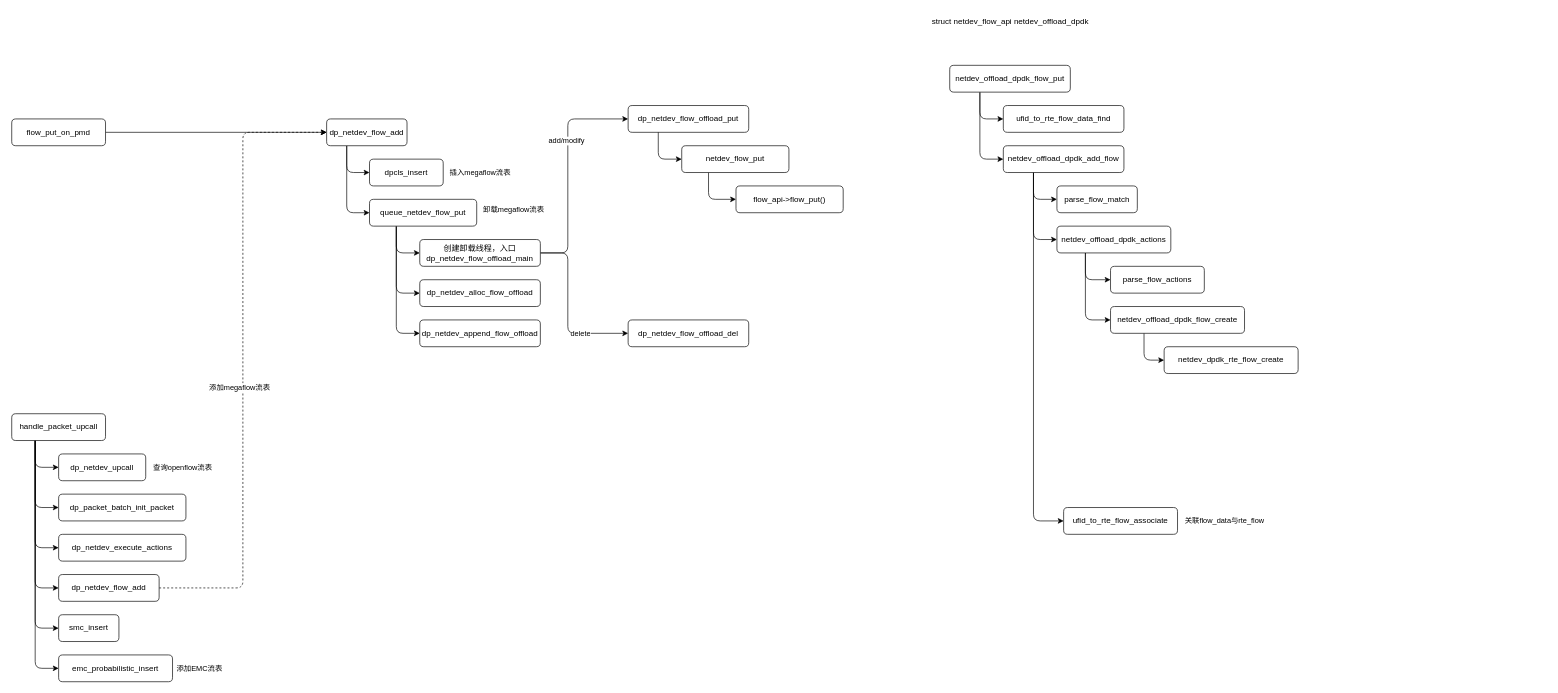
Earlier version of the draw.io diagram page "流表卸载" (3 of 4) of ovs.drawio (Aspiresky/draw.io). Source tidied: cells renumbered, new cells numbered last; positions are measured from the earlier drawing's top-left corner, leaving out a move shared by most shapes. Both pictures are drawn from the tidied source at 67%, with x=0, y=0 at pixel (11, 11).
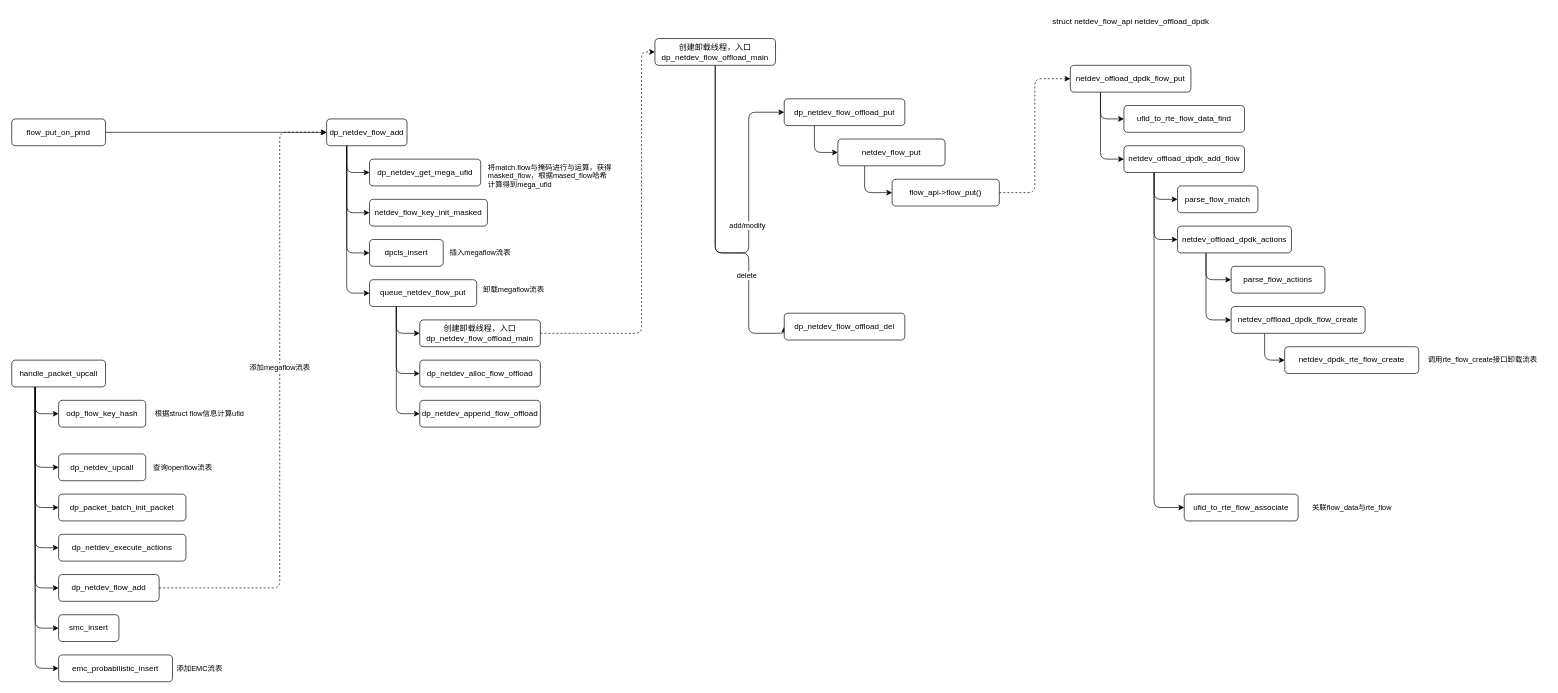
The same diagram, later.

The change refers to these unchanged cells:
```xml
<mxCell id="16" value="dp_netdev_flow_add" style="rounded=1;whiteSpace=wrap;html=1;" parent="1" vertex="1">
  <mxGeometry x="470" y="160" width="120" height="40" as="geometry" />
</mxCell>
<mxCell id="28" value="dp_netdev_flow_add" style="rounded=1;whiteSpace=wrap;html=1;" parent="1" vertex="1">
  <mxGeometry x="70" y="840" width="150" height="40" as="geometry" />
</mxCell>
```

Change to the diagram source:
```diff
@@
     <mxCell id="2" value="struct netdev_flow_api netdev_offload_dpdk" style="text;html=1;align=center;verticalAlign=middle;strokeColor=none;fillColor=none;" parent="1" vertex="1">
-      <mxGeometry x="1360" width="260" height="30" as="geometry" />
+      <mxGeometry x="1540" width="260" height="30" as="geometry" />
     </mxCell>
@@
     <mxCell id="5" style="edgeStyle=orthogonalEdgeStyle;shape=connector;curved=0;rounded=1;jettySize=auto;html=1;exitX=1;exitY=0.5;exitDx=0;exitDy=0;entryX=0;entryY=0.5;entryDx=0;entryDy=0;labelBackgroundColor=default;strokeColor=default;align=center;verticalAlign=middle;fontFamily=Helvetica;fontSize=11;fontColor=default;endArrow=classic;dashed=1;" parent="1" edge="1" source="28" target="16">
-      <mxGeometry relative="1" as="geometry" />
+      <mxGeometry relative="1" as="geometry">
+        <Array as="points">
+          <mxPoint x="400" y="860" />
+          <mxPoint x="400" y="180" />
+        </Array>
+      </mxGeometry>
     </mxCell>
     <mxCell id="6" value="添加megaflow流表" style="edgeLabel;html=1;align=center;verticalAlign=middle;fontSize=11;fontFamily=Helvetica;fontColor=default;" parent="5" vertex="1">
       <mxGeometry x="-0.93" y="-2" relative="1" as="geometry">
-        <mxPoint x="86" y="-302" as="offset" />
+        <mxPoint x="146" y="-332" as="offset" />
       </mxGeometry>
     </mxCell>
@@
+    <mxCell id="63" style="edgeStyle=orthogonalEdgeStyle;shape=connector;curved=0;rounded=1;jettySize=auto;html=1;exitX=0.25;exitY=1;exitDx=0;exitDy=0;entryX=0;entryY=0.5;entryDx=0;entryDy=0;labelBackgroundColor=default;strokeColor=default;align=center;verticalAlign=middle;fontFamily=Helvetica;fontSize=11;fontColor=default;endArrow=classic;" parent="1" edge="1" source="13" target="73">
+      <mxGeometry relative="1" as="geometry" />
+    </mxCell>
     <mxCell id="13" value="handle_packet_upcall" style="rounded=1;whiteSpace=wrap;html=1;" parent="1" vertex="1">
-      <mxGeometry y="600" width="140" height="40" as="geometry" />
+      <mxGeometry y="520" width="140" height="40" as="geometry" />
     </mxCell>
@@
+    <mxCell id="64" style="edgeStyle=orthogonalEdgeStyle;shape=connector;curved=0;rounded=1;jettySize=auto;html=1;exitX=0.25;exitY=1;exitDx=0;exitDy=0;entryX=0;entryY=0.5;entryDx=0;entryDy=0;labelBackgroundColor=default;strokeColor=default;align=center;verticalAlign=middle;fontFamily=Helvetica;fontSize=11;fontColor=default;endArrow=classic;" parent="1" edge="1" source="16" target="70">
+      <mxGeometry relative="1" as="geometry" />
+    </mxCell>
+    <mxCell id="65" style="edgeStyle=orthogonalEdgeStyle;shape=connector;curved=0;rounded=1;jettySize=auto;html=1;exitX=0.25;exitY=1;exitDx=0;exitDy=0;entryX=0;entryY=0.5;entryDx=0;entryDy=0;labelBackgroundColor=default;strokeColor=default;align=center;verticalAlign=middle;fontFamily=Helvetica;fontSize=11;fontColor=default;endArrow=classic;" parent="1" edge="1" source="16" target="72">
+      <mxGeometry relative="1" as="geometry" />
+    </mxCell>
@@
     <mxCell id="17" value="dpcls_insert" style="rounded=1;whiteSpace=wrap;html=1;" parent="1" vertex="1">
-      <mxGeometry x="534" y="220" width="110" height="40" as="geometry" />
+      <mxGeometry x="534" y="340" width="110" height="40" as="geometry" />
     </mxCell>
     <mxCell id="18" value="插入megaflow流表" style="text;html=1;align=center;verticalAlign=middle;strokeColor=none;fillColor=none;fontSize=11;fontFamily=Helvetica;fontColor=default;" parent="1" vertex="1">
-      <mxGeometry x="644" y="225" width="110" height="30" as="geometry" />
+      <mxGeometry x="644" y="345" width="110" height="30" as="geometry" />
     </mxCell>
@@
     <mxCell id="22" value="queue_netdev_flow_put" style="rounded=1;whiteSpace=wrap;html=1;" parent="1" vertex="1">
-      <mxGeometry x="534" y="280" width="160" height="40" as="geometry" />
+      <mxGeometry x="534" y="400" width="160" height="40" as="geometry" />
     </mxCell>
     <mxCell id="23" value="dp_netdev_alloc_flow_offload" style="rounded=1;whiteSpace=wrap;html=1;" parent="1" vertex="1">
-      <mxGeometry x="609" y="400" width="180" height="40" as="geometry" />
+      <mxGeometry x="609" y="520" width="180" height="40" as="geometry" />
     </mxCell>
     <mxCell id="24" value="dp_netdev_append_flow_offload" style="rounded=1;whiteSpace=wrap;html=1;" parent="1" vertex="1">
-      <mxGeometry x="609" y="460" width="180" height="40" as="geometry" />
+      <mxGeometry x="609" y="580" width="180" height="40" as="geometry" />
     </mxCell>
@@
     <mxCell id="33" value="卸载megaflow流表" style="text;html=1;align=center;verticalAlign=middle;strokeColor=none;fillColor=none;fontSize=11;fontFamily=Helvetica;fontColor=default;" parent="1" vertex="1">
-      <mxGeometry x="694" y="280" width="110" height="30" as="geometry" />
+      <mxGeometry x="694" y="400" width="110" height="30" as="geometry" />
     </mxCell>
-    <mxCell id="34" style="edgeStyle=orthogonalEdgeStyle;shape=connector;curved=0;rounded=1;jettySize=auto;html=1;exitX=1;exitY=0.5;exitDx=0;exitDy=0;labelBackgroundColor=default;strokeColor=default;align=center;verticalAlign=middle;fontFamily=Helvetica;fontSize=11;fontColor=default;endArrow=classic;entryX=0;entryY=0.5;entryDx=0;entryDy=0;" parent="1" edge="1" source="38" target="39">
+    <mxCell id="34" style="edgeStyle=orthogonalEdgeStyle;shape=connector;curved=0;rounded=1;jettySize=auto;html=1;exitX=0.5;exitY=1;exitDx=0;exitDy=0;labelBackgroundColor=default;strokeColor=default;align=center;verticalAlign=middle;fontFamily=Helvetica;fontSize=11;fontColor=default;endArrow=classic;entryX=0;entryY=0.5;entryDx=0;entryDy=0;" parent="1" edge="1" source="69" target="39">
       <mxGeometry relative="1" as="geometry">
         <Array as="points">
-          <mxPoint x="830" y="360" />
-          <mxPoint x="830" y="160" />
+          <mxPoint x="1050" y="360" />
+          <mxPoint x="1100" y="360" />
+          <mxPoint x="1100" y="150" />
         </Array>
       </mxGeometry>
     </mxCell>
@@
-    <mxCell id="36" style="edgeStyle=orthogonalEdgeStyle;shape=connector;curved=0;rounded=1;jettySize=auto;html=1;exitX=1;exitY=0.5;exitDx=0;exitDy=0;entryX=0;entryY=0.5;entryDx=0;entryDy=0;labelBackgroundColor=default;strokeColor=default;align=center;verticalAlign=middle;fontFamily=Helvetica;fontSize=11;fontColor=default;endArrow=classic;" parent="1" edge="1" source="38" target="40">
+    <mxCell id="36" style="edgeStyle=orthogonalEdgeStyle;shape=connector;curved=0;rounded=1;jettySize=auto;html=1;exitX=0.5;exitY=1;exitDx=0;exitDy=0;entryX=0;entryY=0.5;entryDx=0;entryDy=0;labelBackgroundColor=default;strokeColor=default;align=center;verticalAlign=middle;fontFamily=Helvetica;fontSize=11;fontColor=default;endArrow=classic;" parent="1" edge="1" source="69" target="40">
       <mxGeometry relative="1" as="geometry">
         <Array as="points">
-          <mxPoint x="830" y="360" />
-          <mxPoint x="830" y="480" />
+          <mxPoint x="1050" y="360" />
+          <mxPoint x="1100" y="360" />
+          <mxPoint x="1100" y="480" />
+          <mxPoint x="1153" y="480" />
         </Array>
       </mxGeometry>
     </mxCell>
@@
+    <mxCell id="66" style="edgeStyle=orthogonalEdgeStyle;shape=connector;curved=0;rounded=1;jettySize=auto;html=1;exitX=1;exitY=0.5;exitDx=0;exitDy=0;entryX=0;entryY=0.5;entryDx=0;entryDy=0;labelBackgroundColor=default;strokeColor=default;align=center;verticalAlign=middle;fontFamily=Helvetica;fontSize=11;fontColor=default;endArrow=classic;dashed=1;" parent="1" edge="1" source="38" target="69">
+      <mxGeometry relative="1" as="geometry">
+        <Array as="points">
+          <mxPoint x="940" y="480" />
+          <mxPoint x="940" y="60" />
+        </Array>
+      </mxGeometry>
+    </mxCell>
     <mxCell id="38" value="创建卸载线程，入口dp_netdev_flow_offload_main" style="rounded=1;whiteSpace=wrap;html=1;" parent="1" vertex="1">
-      <mxGeometry x="609" y="340" width="180" height="40" as="geometry" />
+      <mxGeometry x="609" y="460" width="180" height="40" as="geometry" />
     </mxCell>
     <mxCell id="39" value="dp_netdev_flow_offload_put" style="rounded=1;whiteSpace=wrap;html=1;" parent="1" vertex="1">
-      <mxGeometry x="920" y="140" width="180" height="40" as="geometry" />
+      <mxGeometry x="1153" y="130" width="180" height="40" as="geometry" />
     </mxCell>
     <mxCell id="40" value="dp_netdev_flow_offload_del" style="rounded=1;whiteSpace=wrap;html=1;" parent="1" vertex="1">
-      <mxGeometry x="920" y="460" width="180" height="40" as="geometry" />
+      <mxGeometry x="1153" y="450" width="180" height="40" as="geometry" />
     </mxCell>
@@
     <mxCell id="43" value="netdev_flow_put" style="rounded=1;whiteSpace=wrap;html=1;" parent="1" vertex="1">
-      <mxGeometry x="1000" y="200" width="160" height="40" as="geometry" />
+      <mxGeometry x="1233" y="190" width="160" height="40" as="geometry" />
     </mxCell>
+    <mxCell id="67" style="edgeStyle=orthogonalEdgeStyle;shape=connector;curved=0;rounded=1;jettySize=auto;html=1;exitX=1;exitY=0.5;exitDx=0;exitDy=0;entryX=0;entryY=0.5;entryDx=0;entryDy=0;labelBackgroundColor=default;strokeColor=default;align=center;verticalAlign=middle;fontFamily=Helvetica;fontSize=11;fontColor=default;endArrow=classic;dashed=1;" parent="1" edge="1" source="44" target="47">
+      <mxGeometry relative="1" as="geometry" />
+    </mxCell>
     <mxCell id="44" value="flow_api-&amp;gt;flow_put()" style="rounded=1;whiteSpace=wrap;html=1;" parent="1" vertex="1">
-      <mxGeometry x="1081" y="260" width="160" height="40" as="geometry" />
+      <mxGeometry x="1314" y="250" width="160" height="40" as="geometry" />
     </mxCell>
@@
     <mxCell id="47" value="netdev_offload_dpdk_flow_put" style="rounded=1;whiteSpace=wrap;html=1;" parent="1" vertex="1">
-      <mxGeometry x="1400" y="80" width="180" height="40" as="geometry" />
+      <mxGeometry x="1580" y="80" width="180" height="40" as="geometry" />
     </mxCell>
     <mxCell id="48" value="ufid_to_rte_flow_data_find" style="rounded=1;whiteSpace=wrap;html=1;" parent="1" vertex="1">
-      <mxGeometry x="1480" y="140" width="180" height="40" as="geometry" />
+      <mxGeometry x="1660" y="140" width="180" height="40" as="geometry" />
     </mxCell>
@@
     <mxCell id="52" value="netdev_offload_dpdk_add_flow" style="rounded=1;whiteSpace=wrap;html=1;" parent="1" vertex="1">
-      <mxGeometry x="1480" y="200" width="180" height="40" as="geometry" />
+      <mxGeometry x="1660" y="200" width="180" height="40" as="geometry" />
     </mxCell>
     <mxCell id="53" value="parse_flow_match" style="rounded=1;whiteSpace=wrap;html=1;" parent="1" vertex="1">
-      <mxGeometry x="1560" y="260" width="120" height="40" as="geometry" />
+      <mxGeometry x="1740" y="260" width="120" height="40" as="geometry" />
     </mxCell>
@@
     <mxCell id="56" value="netdev_offload_dpdk_actions" style="rounded=1;whiteSpace=wrap;html=1;" parent="1" vertex="1">
-      <mxGeometry x="1560" y="320" width="170" height="40" as="geometry" />
+      <mxGeometry x="1740" y="320" width="170" height="40" as="geometry" />
     </mxCell>
     <mxCell id="57" value="ufid_to_rte_flow_associate" style="rounded=1;whiteSpace=wrap;html=1;" parent="1" vertex="1">
-      <mxGeometry x="1570" y="740" width="170" height="40" as="geometry" />
+      <mxGeometry x="1750" y="720" width="170" height="40" as="geometry" />
     </mxCell>
     <mxCell id="58" value="关联flow_data与rte_flow" style="text;html=1;align=center;verticalAlign=middle;strokeColor=none;fillColor=none;fontSize=11;fontFamily=Helvetica;fontColor=default;" parent="1" vertex="1">
-      <mxGeometry x="1740" y="745" width="140" height="30" as="geometry" />
+      <mxGeometry x="1930" y="725" width="140" height="30" as="geometry" />
     </mxCell>
     <mxCell id="59" value="parse_flow_actions" style="rounded=1;whiteSpace=wrap;html=1;" parent="1" vertex="1">
-      <mxGeometry x="1640" y="380" width="140" height="40" as="geometry" />
+      <mxGeometry x="1820" y="380" width="140" height="40" as="geometry" />
     </mxCell>
@@
     <mxCell id="61" value="netdev_offload_dpdk_flow_create" style="rounded=1;whiteSpace=wrap;html=1;" parent="1" vertex="1">
-      <mxGeometry x="1640" y="440" width="200" height="40" as="geometry" />
+      <mxGeometry x="1820" y="440" width="200" height="40" as="geometry" />
     </mxCell>
     <mxCell id="62" value="netdev_dpdk_rte_flow_create" style="rounded=1;whiteSpace=wrap;html=1;" parent="1" vertex="1">
-      <mxGeometry x="1720" y="500" width="200" height="40" as="geometry" />
+      <mxGeometry x="1900" y="500" width="200" height="40" as="geometry" />
     </mxCell>
+    <mxCell id="68" value="调用rte_flow_create接口卸载流表" style="text;html=1;align=center;verticalAlign=middle;strokeColor=none;fillColor=none;fontSize=11;fontFamily=Helvetica;fontColor=default;" parent="1" vertex="1">
+      <mxGeometry x="2100" y="505" width="190" height="30" as="geometry" />
+    </mxCell>
+    <mxCell id="69" value="创建卸载线程，入口dp_netdev_flow_offload_main" style="rounded=1;whiteSpace=wrap;html=1;" parent="1" vertex="1">
+      <mxGeometry x="960" y="40" width="180" height="40" as="geometry" />
+    </mxCell>
+    <mxCell id="70" value="dp_netdev_get_mega_ufid" style="rounded=1;whiteSpace=wrap;html=1;" parent="1" vertex="1">
+      <mxGeometry x="534" y="220" width="166" height="40" as="geometry" />
+    </mxCell>
+    <mxCell id="71" value="将match.flow与掩码进行与运算，获得&lt;br&gt;masked_flow，根据mased_flow哈希&lt;br&gt;&lt;div style=&quot;&quot;&gt;&lt;span style=&quot;background-color: initial;&quot;&gt;计算得到mega_ufid&lt;/span&gt;&lt;/div&gt;" style="text;html=1;align=left;verticalAlign=middle;strokeColor=none;fillColor=none;fontSize=11;fontFamily=Helvetica;fontColor=default;" parent="1" vertex="1">
+      <mxGeometry x="709" y="220" width="210" height="50" as="geometry" />
+    </mxCell>
+    <mxCell id="72" value="netdev_flow_key_init_masked" style="rounded=1;whiteSpace=wrap;html=1;" parent="1" vertex="1">
+      <mxGeometry x="534" y="280" width="176" height="40" as="geometry" />
+    </mxCell>
+    <mxCell id="73" value="odp_flow_key_hash" style="rounded=1;whiteSpace=wrap;html=1;" parent="1" vertex="1">
+      <mxGeometry x="70" y="580" width="130" height="40" as="geometry" />
+    </mxCell>
+    <mxCell id="74" value="根据struct flow信息计算ufid" style="text;html=1;align=center;verticalAlign=middle;strokeColor=none;fillColor=none;fontSize=11;fontFamily=Helvetica;fontColor=default;" parent="1" vertex="1">
+      <mxGeometry x="200" y="585" width="160" height="30" as="geometry" />
+    </mxCell>
```
